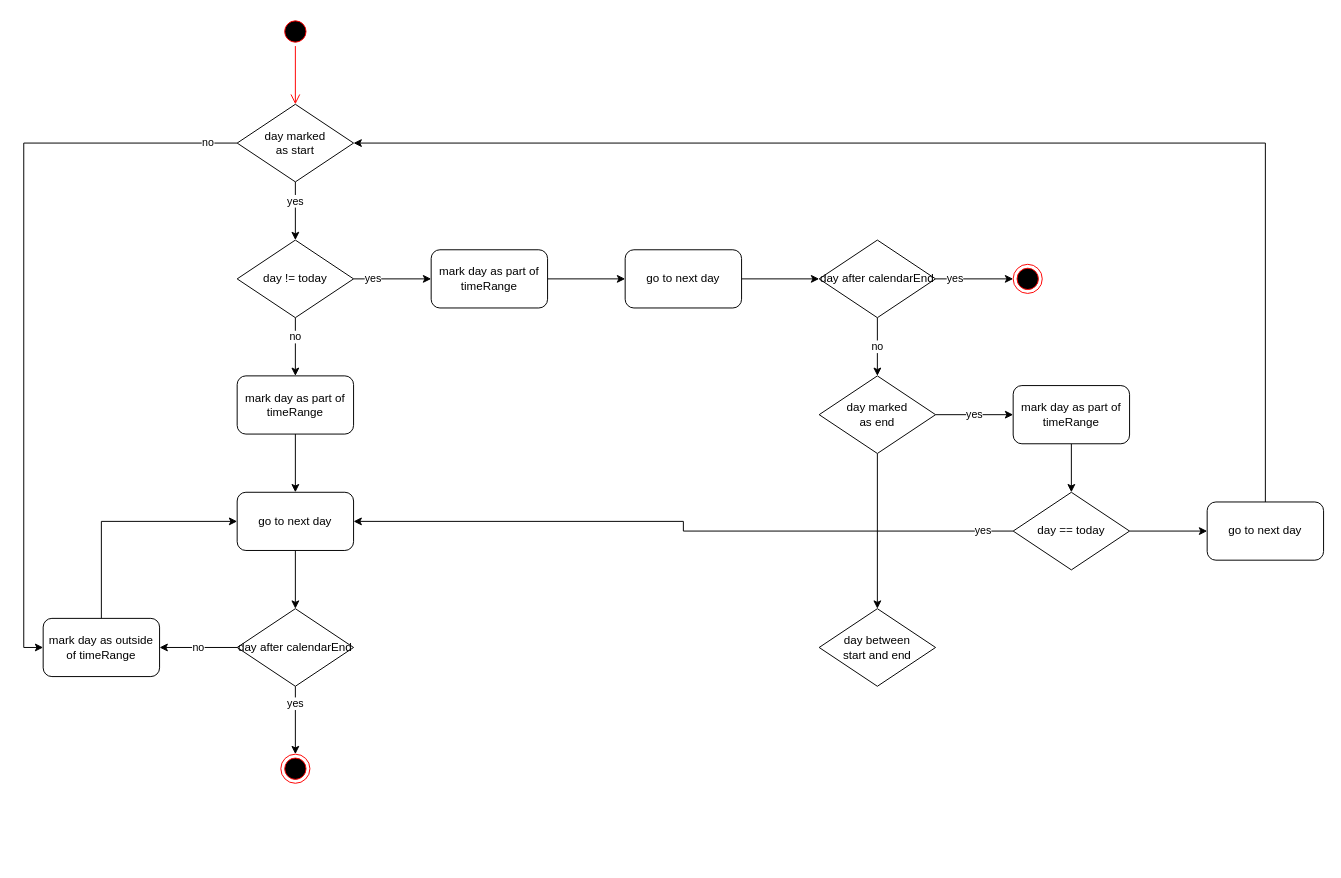
Above: page "DateListProvider_saveTimeRangeStatus" (9 of 9) of doc/diagrams/diagrams.drawio in RobinRother/Crimson-Harvest (draw.io), before the change. Source tidied: cells renumbered, new cells numbered last; positions are measured from the earlier drawing's top-left corner, leaving out a move shared by most shapes. Both pictures are drawn from the tidied source at 97%, with x=0, y=0 at pixel (43, 16).
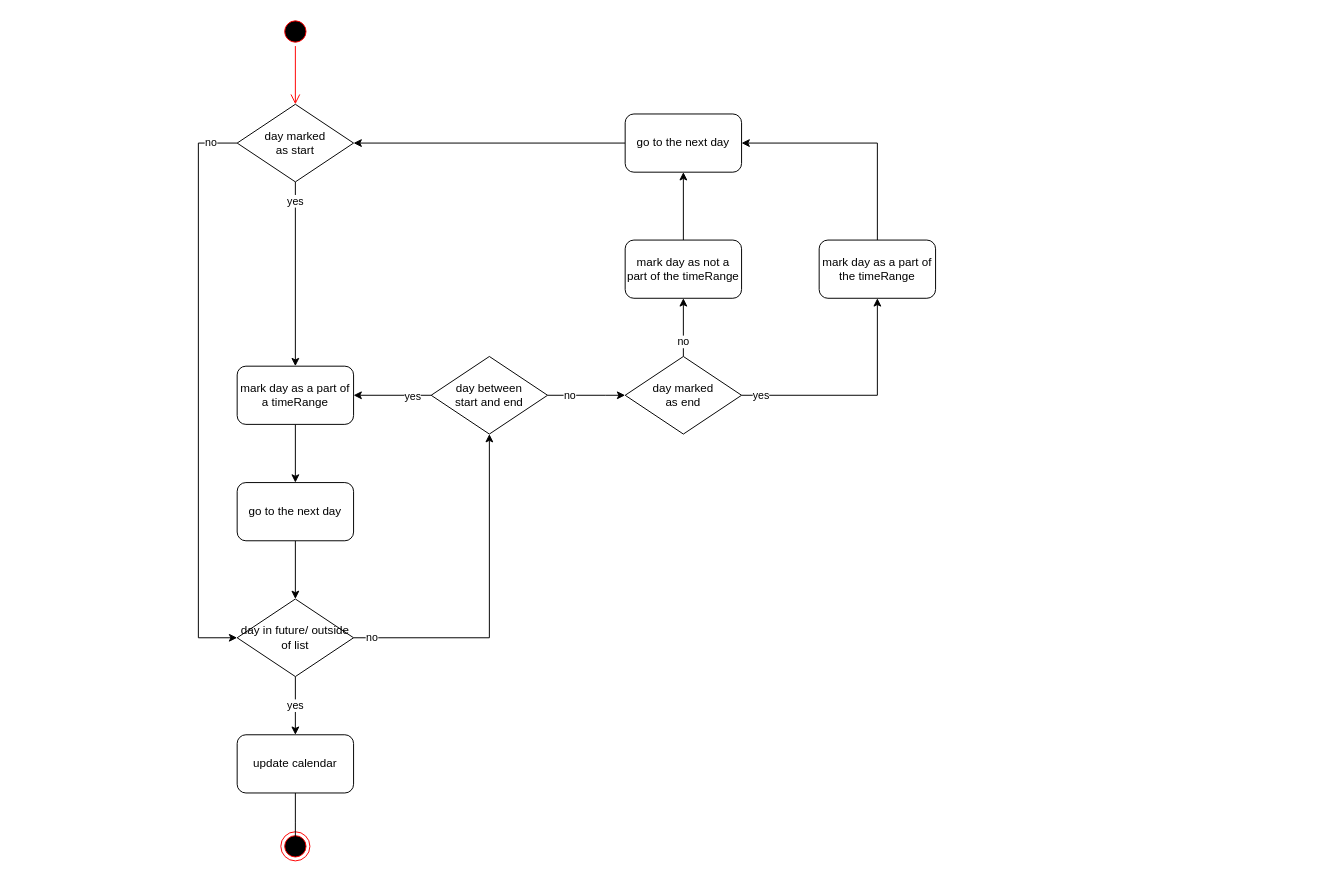
Above is the later version.

The change refers to these unchanged cells:
```xml
<mxCell id="11" value="&lt;div&gt;day marked &lt;br&gt;&lt;/div&gt;&lt;div&gt;as start&lt;br&gt;&lt;/div&gt;" style="rhombus;whiteSpace=wrap;html=1;strokeWidth=1;fillColor=default;" parent="1" vertex="1">
  <mxGeometry x="200" y="90" width="120" height="80" as="geometry" />
</mxCell>
```

Change to the diagram source:
```diff
@@
-    <mxCell id="2" value="yes" style="edgeStyle=orthogonalEdgeStyle;rounded=0;jettySize=auto;html=1;exitX=1;exitY=0.5;exitDx=0;exitDy=0;entryX=0;entryY=0.5;entryDx=0;entryDy=0;startSize=6;endSize=6;" parent="1" edge="1" source="4" target="32">
-      <mxGeometry relative="1" as="geometry" />
-    </mxCell>
-    <mxCell id="3" style="edgeStyle=orthogonalEdgeStyle;rounded=0;jettySize=auto;html=1;exitX=0.5;exitY=1;exitDx=0;exitDy=0;entryX=0.5;entryY=0;entryDx=0;entryDy=0;startSize=6;endSize=6;" parent="1" edge="1" source="4" target="38">
-      <mxGeometry relative="1" as="geometry" />
-    </mxCell>
-    <mxCell id="4" value="&lt;div&gt;day marked &lt;br&gt;&lt;/div&gt;&lt;div&gt;as end&lt;br&gt;&lt;/div&gt;" style="rhombus;whiteSpace=wrap;html=1;strokeWidth=1;fillColor=default;" parent="1" vertex="1">
-      <mxGeometry x="800" y="370" width="120" height="80" as="geometry" />
-    </mxCell>
@@
-    <mxCell id="7" style="edgeStyle=orthogonalEdgeStyle;rounded=0;jettySize=auto;html=1;exitX=1;exitY=0.5;exitDx=0;exitDy=0;entryX=0;entryY=0.5;entryDx=0;entryDy=0;startSize=6;endSize=6;" parent="1" edge="1" source="8" target="16">
-      <mxGeometry relative="1" as="geometry" />
-    </mxCell>
-    <mxCell id="8" value="mark day as part of timeRange" style="rounded=1;whiteSpace=wrap;html=1;strokeWidth=1;fillColor=default;" parent="1" vertex="1">
-      <mxGeometry x="400" y="240" width="120" height="60" as="geometry" />
-    </mxCell>
-    <mxCell id="9" value="yes" style="edgeStyle=orthogonalEdgeStyle;rounded=0;jettySize=auto;html=1;exitX=0.5;exitY=1;exitDx=0;exitDy=0;entryX=0.5;entryY=0;entryDx=0;entryDy=0;startSize=6;endSize=6;" parent="1" edge="1" source="11" target="14">
-      <mxGeometry x="-0.33" relative="1" as="geometry">
-        <Array as="points">
-          <mxPoint x="260" y="190" />
-          <mxPoint x="260" y="190" />
-        </Array>
-      </mxGeometry>
+    <mxCell id="9" value="yes" style="edgeStyle=orthogonalEdgeStyle;rounded=0;jettySize=auto;html=1;exitX=0.5;exitY=1;exitDx=0;exitDy=0;entryX=0.5;entryY=0;entryDx=0;entryDy=0;startSize=6;endSize=6;" parent="1" edge="1" source="11" target="41">
+      <mxGeometry x="-0.79" relative="1" as="geometry" />
     </mxCell>
-    <mxCell id="10" value="no" style="edgeStyle=orthogonalEdgeStyle;rounded=0;jettySize=auto;html=1;exitX=0;exitY=0.5;exitDx=0;exitDy=0;startSize=6;endSize=6;entryX=0;entryY=0.5;entryDx=0;entryDy=0;" parent="1" edge="1" source="11" target="30">
-      <mxGeometry x="-0.92" relative="1" as="geometry" />
-    </mxCell>
+    <mxCell id="39" value="no" style="edgeStyle=orthogonalEdgeStyle;rounded=0;jettySize=auto;html=1;exitX=0;exitY=0.5;exitDx=0;exitDy=0;entryX=0;entryY=0.5;entryDx=0;entryDy=0;startSize=6;endSize=6;" parent="1" edge="1" source="11" target="45">
+      <mxGeometry x="-0.91" relative="1" as="geometry">
+        <Array as="points">
+          <mxPoint x="160" y="130" />
+          <mxPoint x="160" y="640" />
+        </Array>
+      </mxGeometry>
+    </mxCell>
@@
-    <mxCell id="12" value="yes" style="edgeStyle=orthogonalEdgeStyle;rounded=0;jettySize=auto;html=1;exitX=1;exitY=0.5;exitDx=0;exitDy=0;entryX=0;entryY=0.5;entryDx=0;entryDy=0;startSize=6;endSize=6;" parent="1" edge="1" source="14" target="8">
-      <mxGeometry x="-0.5" relative="1" as="geometry" />
-    </mxCell>
-    <mxCell id="13" value="no" style="edgeStyle=orthogonalEdgeStyle;rounded=0;jettySize=auto;html=1;exitX=0.5;exitY=1;exitDx=0;exitDy=0;entryX=0.5;entryY=0;entryDx=0;entryDy=0;startSize=6;endSize=6;" parent="1" edge="1" source="14" target="22">
-      <mxGeometry x="-0.33" relative="1" as="geometry">
-        <Array as="points">
-          <mxPoint x="260" y="330" />
-          <mxPoint x="260" y="330" />
-        </Array>
-      </mxGeometry>
-    </mxCell>
-    <mxCell id="14" value="day != today" style="rhombus;whiteSpace=wrap;html=1;strokeWidth=1;fillColor=default;" parent="1" vertex="1">
-      <mxGeometry x="200" y="230" width="120" height="80" as="geometry" />
-    </mxCell>
-    <mxCell id="15" style="edgeStyle=orthogonalEdgeStyle;rounded=0;jettySize=auto;html=1;exitX=1;exitY=0.5;exitDx=0;exitDy=0;entryX=0;entryY=0.5;entryDx=0;entryDy=0;startSize=6;endSize=6;" parent="1" edge="1" source="16" target="19">
-      <mxGeometry relative="1" as="geometry" />
-    </mxCell>
-    <mxCell id="16" value="go to next day" style="rounded=1;whiteSpace=wrap;html=1;strokeWidth=1;fillColor=default;" parent="1" vertex="1">
-      <mxGeometry x="600" y="240" width="120" height="60" as="geometry" />
-    </mxCell>
-    <mxCell id="17" value="yes" style="edgeStyle=orthogonalEdgeStyle;rounded=0;jettySize=auto;html=1;exitX=1;exitY=0.5;exitDx=0;exitDy=0;entryX=0;entryY=0.5;entryDx=0;entryDy=0;startSize=6;endSize=6;" parent="1" edge="1" source="19" target="20">
-      <mxGeometry x="-0.5" relative="1" as="geometry" />
-    </mxCell>
-    <mxCell id="18" value="no" style="edgeStyle=orthogonalEdgeStyle;rounded=0;jettySize=auto;html=1;exitX=0.5;exitY=1;exitDx=0;exitDy=0;entryX=0.5;entryY=0;entryDx=0;entryDy=0;startSize=6;endSize=6;" parent="1" edge="1" source="19" target="4">
-      <mxGeometry relative="1" as="geometry" />
-    </mxCell>
-    <mxCell id="19" value="day after calendarEnd" style="rhombus;whiteSpace=wrap;html=1;strokeWidth=1;fillColor=default;" parent="1" vertex="1">
-      <mxGeometry x="800" y="230" width="120" height="80" as="geometry" />
-    </mxCell>
-    <mxCell id="20" style="ellipse;html=1;shape=endState;fillColor=#000000;strokeColor=#ff0000;" parent="1" vertex="1">
-      <mxGeometry x="1000" y="255" width="30" height="30" as="geometry" />
-    </mxCell>
-    <mxCell id="21" style="edgeStyle=orthogonalEdgeStyle;rounded=0;jettySize=auto;html=1;exitX=0.5;exitY=1;exitDx=0;exitDy=0;entryX=0.5;entryY=0;entryDx=0;entryDy=0;startSize=6;endSize=6;" parent="1" edge="1" source="22" target="24">
-      <mxGeometry relative="1" as="geometry" />
-    </mxCell>
-    <mxCell id="22" value="mark day as part of timeRange" style="rounded=1;whiteSpace=wrap;html=1;strokeWidth=1;fillColor=default;" parent="1" vertex="1">
-      <mxGeometry x="200" y="370" width="120" height="60" as="geometry" />
-    </mxCell>
-    <mxCell id="23" style="edgeStyle=orthogonalEdgeStyle;rounded=0;jettySize=auto;html=1;exitX=0.5;exitY=1;exitDx=0;exitDy=0;entryX=0.5;entryY=0;entryDx=0;entryDy=0;startSize=6;endSize=6;" parent="1" edge="1" source="24" target="27">
-      <mxGeometry relative="1" as="geometry" />
-    </mxCell>
-    <mxCell id="24" value="go to next day" style="rounded=1;whiteSpace=wrap;html=1;strokeWidth=1;fillColor=default;" parent="1" vertex="1">
-      <mxGeometry x="200" y="490" width="120" height="60" as="geometry" />
-    </mxCell>
+    <mxCell id="40" style="edgeStyle=orthogonalEdgeStyle;rounded=0;jettySize=auto;html=1;exitX=0.5;exitY=1;exitDx=0;exitDy=0;entryX=0.5;entryY=0;entryDx=0;entryDy=0;startSize=6;endSize=6;" parent="1" edge="1" source="41" target="43">
+      <mxGeometry relative="1" as="geometry" />
+    </mxCell>
+    <mxCell id="41" value="mark day as a part of a timeRange" style="rounded=1;whiteSpace=wrap;html=1;strokeWidth=1;fillColor=default;" parent="1" vertex="1">
+      <mxGeometry x="200" y="360" width="120" height="60" as="geometry" />
+    </mxCell>
+    <mxCell id="42" style="edgeStyle=orthogonalEdgeStyle;rounded=0;jettySize=auto;html=1;exitX=0.5;exitY=1;exitDx=0;exitDy=0;entryX=0.5;entryY=0;entryDx=0;entryDy=0;startSize=6;endSize=6;" parent="1" edge="1" source="43" target="45">
+      <mxGeometry relative="1" as="geometry" />
+    </mxCell>
+    <mxCell id="43" value="go to the next day" style="rounded=1;whiteSpace=wrap;html=1;strokeWidth=1;fillColor=default;" parent="1" vertex="1">
+      <mxGeometry x="200" y="480" width="120" height="60" as="geometry" />
+    </mxCell>
-    <mxCell id="25" value="yes" style="edgeStyle=orthogonalEdgeStyle;rounded=0;jettySize=auto;html=1;exitX=0.5;exitY=1;exitDx=0;exitDy=0;entryX=0.5;entryY=0;entryDx=0;entryDy=0;startSize=6;endSize=6;" parent="1" edge="1" source="27" target="28">
-      <mxGeometry x="-0.5" relative="1" as="geometry" />
+    <mxCell id="25" value="yes" style="edgeStyle=orthogonalEdgeStyle;rounded=0;jettySize=auto;html=1;exitX=0.5;exitY=1;exitDx=0;exitDy=0;entryX=0.5;entryY=0;entryDx=0;entryDy=0;startSize=6;endSize=6;" parent="1" edge="1" source="45" target="48">
+      <mxGeometry relative="1" as="geometry" />
     </mxCell>
-    <mxCell id="26" value="no" style="edgeStyle=orthogonalEdgeStyle;rounded=0;jettySize=auto;html=1;exitX=0;exitY=0.5;exitDx=0;exitDy=0;entryX=1;entryY=0.5;entryDx=0;entryDy=0;startSize=6;endSize=6;" parent="1" edge="1" source="27" target="30">
-      <mxGeometry relative="1" as="geometry" />
-    </mxCell>
-    <mxCell id="27" value="day after calendarEnd" style="rhombus;whiteSpace=wrap;html=1;strokeWidth=1;fillColor=default;" parent="1" vertex="1">
-      <mxGeometry x="200" y="610" width="120" height="80" as="geometry" />
-    </mxCell>
-    <mxCell id="28" style="ellipse;html=1;shape=endState;fillColor=#000000;strokeColor=#ff0000;" parent="1" vertex="1">
-      <mxGeometry x="245" y="760" width="30" height="30" as="geometry" />
-    </mxCell>
-    <mxCell id="29" style="edgeStyle=orthogonalEdgeStyle;rounded=0;jettySize=auto;html=1;exitX=0.5;exitY=0;exitDx=0;exitDy=0;entryX=0;entryY=0.5;entryDx=0;entryDy=0;startSize=6;endSize=6;" parent="1" edge="1" source="30" target="24">
-      <mxGeometry relative="1" as="geometry" />
-    </mxCell>
-    <mxCell id="30" value="mark day as outside of timeRange" style="rounded=1;whiteSpace=wrap;html=1;strokeWidth=1;fillColor=default;" parent="1" vertex="1">
-      <mxGeometry y="620" width="120" height="60" as="geometry" />
-    </mxCell>
-    <mxCell id="31" style="edgeStyle=orthogonalEdgeStyle;rounded=0;jettySize=auto;html=1;exitX=0.5;exitY=1;exitDx=0;exitDy=0;entryX=0.5;entryY=0;entryDx=0;entryDy=0;startSize=6;endSize=6;" parent="1" edge="1" source="32" target="35">
-      <mxGeometry relative="1" as="geometry" />
-    </mxCell>
-    <mxCell id="32" value="mark day as part of timeRange" style="rounded=1;whiteSpace=wrap;html=1;strokeWidth=1;fillColor=default;" parent="1" vertex="1">
-      <mxGeometry x="1000" y="380" width="120" height="60" as="geometry" />
-    </mxCell>
-    <mxCell id="33" value="yes" style="edgeStyle=orthogonalEdgeStyle;rounded=0;jettySize=auto;html=1;exitX=0;exitY=0.5;exitDx=0;exitDy=0;entryX=1;entryY=0.5;entryDx=0;entryDy=0;startSize=6;endSize=6;" parent="1" edge="1" source="35" target="24">
-      <mxGeometry x="-0.91" relative="1" as="geometry" />
-    </mxCell>
-    <mxCell id="34" style="edgeStyle=orthogonalEdgeStyle;rounded=0;jettySize=auto;html=1;exitX=1;exitY=0.5;exitDx=0;exitDy=0;entryX=0;entryY=0.5;entryDx=0;entryDy=0;startSize=6;endSize=6;" parent="1" edge="1" source="35" target="37">
-      <mxGeometry relative="1" as="geometry" />
-    </mxCell>
-    <mxCell id="35" value="day == today" style="rhombus;whiteSpace=wrap;html=1;strokeWidth=1;fillColor=default;" parent="1" vertex="1">
-      <mxGeometry x="1000" y="490" width="120" height="80" as="geometry" />
-    </mxCell>
-    <mxCell id="36" style="edgeStyle=orthogonalEdgeStyle;rounded=0;jettySize=auto;html=1;exitX=0.5;exitY=0;exitDx=0;exitDy=0;entryX=1;entryY=0.5;entryDx=0;entryDy=0;startSize=6;endSize=6;" parent="1" edge="1" source="37" target="11">
-      <mxGeometry relative="1" as="geometry" />
-    </mxCell>
-    <mxCell id="37" value="go to next day" style="rounded=1;whiteSpace=wrap;html=1;strokeWidth=1;fillColor=default;" parent="1" vertex="1">
-      <mxGeometry x="1200" y="500" width="120" height="60" as="geometry" />
-    </mxCell>
+    <mxCell id="44" value="no" style="edgeStyle=orthogonalEdgeStyle;rounded=0;jettySize=auto;html=1;exitX=1;exitY=0.5;exitDx=0;exitDy=0;entryX=0.5;entryY=1;entryDx=0;entryDy=0;startSize=6;endSize=6;" parent="1" edge="1" source="45" target="38">
+      <mxGeometry x="-0.89" relative="1" as="geometry" />
+    </mxCell>
+    <mxCell id="45" value="day in future/ outside of list" style="rhombus;whiteSpace=wrap;html=1;strokeWidth=1;fillColor=default;" parent="1" vertex="1">
+      <mxGeometry x="200" y="600" width="120" height="80" as="geometry" />
+    </mxCell>
+    <mxCell id="46" style="ellipse;html=1;shape=endState;fillColor=#000000;strokeColor=#ff0000;" parent="1" vertex="1">
+      <mxGeometry x="245" y="840" width="30" height="30" as="geometry" />
+    </mxCell>
+    <mxCell id="47" style="edgeStyle=orthogonalEdgeStyle;rounded=0;jettySize=auto;html=1;exitX=0.5;exitY=1;exitDx=0;exitDy=0;entryX=0.5;entryY=0;entryDx=0;entryDy=0;startSize=6;endSize=6;" parent="1" edge="1" source="48">
+      <mxGeometry relative="1" as="geometry">
+        <mxPoint x="260" y="860" as="targetPoint" />
+      </mxGeometry>
+    </mxCell>
+    <mxCell id="48" value="update calendar" style="rounded=1;whiteSpace=wrap;html=1;strokeWidth=1;fillColor=default;" parent="1" vertex="1">
+      <mxGeometry x="200" y="740" width="120" height="60" as="geometry" />
+    </mxCell>
+    <mxCell id="49" style="edgeStyle=orthogonalEdgeStyle;rounded=0;jettySize=auto;html=1;exitX=0;exitY=0.5;exitDx=0;exitDy=0;entryX=1;entryY=0.5;entryDx=0;entryDy=0;startSize=6;endSize=6;" parent="1" edge="1" source="38" target="41">
+      <mxGeometry relative="1" as="geometry" />
+    </mxCell>
+    <mxCell id="50" value="yes" style="edgeLabel;html=1;align=center;verticalAlign=middle;" parent="49" vertex="1">
+      <mxGeometry x="-0.88" y="3" relative="1" as="geometry">
+        <mxPoint x="-15" y="-3" as="offset" />
+      </mxGeometry>
+    </mxCell>
+    <mxCell id="51" value="no" style="edgeStyle=orthogonalEdgeStyle;rounded=0;jettySize=auto;html=1;exitX=1;exitY=0.5;exitDx=0;exitDy=0;entryX=0;entryY=0.5;entryDx=0;entryDy=0;startSize=6;endSize=6;" parent="1" edge="1" source="38" target="4">
+      <mxGeometry x="-0.43" relative="1" as="geometry">
+        <Array as="points">
+          <mxPoint x="580" y="390" />
+          <mxPoint x="580" y="390" />
+        </Array>
+      </mxGeometry>
+    </mxCell>
-    <mxCell id="38" value="&lt;div&gt;day between &lt;br&gt;&lt;/div&gt;&lt;div&gt;start and end&lt;br&gt;&lt;/div&gt;" style="rhombus;whiteSpace=wrap;html=1;strokeWidth=1;fillColor=default;" parent="1" vertex="1">
-      <mxGeometry x="800" y="610" width="120" height="80" as="geometry" />
+    <mxCell id="38" value="&lt;div&gt;day between &lt;br&gt;&lt;/div&gt;&lt;div&gt;start and end&lt;/div&gt;" style="rhombus;whiteSpace=wrap;html=1;strokeWidth=1;fillColor=default;" parent="1" vertex="1">
+      <mxGeometry x="400" y="350" width="120" height="80" as="geometry" />
     </mxCell>
+    <mxCell id="52" style="edgeStyle=orthogonalEdgeStyle;rounded=0;jettySize=auto;html=1;exitX=0.5;exitY=0;exitDx=0;exitDy=0;entryX=1;entryY=0.5;entryDx=0;entryDy=0;startSize=6;endSize=6;" parent="1" edge="1" source="53" target="59">
+      <mxGeometry relative="1" as="geometry" />
+    </mxCell>
+    <mxCell id="53" value="mark day as a part of the timeRange" style="rounded=1;whiteSpace=wrap;html=1;strokeWidth=1;fillColor=default;" parent="1" vertex="1">
+      <mxGeometry x="800" y="230" width="120" height="60" as="geometry" />
+    </mxCell>
+    <mxCell id="54" value="yes" style="edgeStyle=orthogonalEdgeStyle;rounded=0;jettySize=auto;html=1;exitX=1;exitY=0.5;exitDx=0;exitDy=0;entryX=0.5;entryY=1;entryDx=0;entryDy=0;startSize=6;endSize=6;" parent="1" edge="1" source="4" target="53">
+      <mxGeometry x="-0.83" relative="1" as="geometry" />
+    </mxCell>
+    <mxCell id="55" value="no" style="edgeStyle=orthogonalEdgeStyle;rounded=0;jettySize=auto;html=1;exitX=0.5;exitY=0;exitDx=0;exitDy=0;entryX=0.5;entryY=1;entryDx=0;entryDy=0;startSize=6;endSize=6;" parent="1" edge="1" source="4" target="57">
+      <mxGeometry x="-0.5" relative="1" as="geometry" />
+    </mxCell>
+    <mxCell id="4" value="&lt;div&gt;day marked &lt;br&gt;&lt;/div&gt;&lt;div&gt;as end&lt;/div&gt;" style="rhombus;whiteSpace=wrap;html=1;strokeWidth=1;fillColor=default;" parent="1" vertex="1">
+      <mxGeometry x="600" y="350" width="120" height="80" as="geometry" />
+    </mxCell>
+    <mxCell id="56" style="edgeStyle=orthogonalEdgeStyle;rounded=0;jettySize=auto;html=1;exitX=0.5;exitY=0;exitDx=0;exitDy=0;entryX=0.5;entryY=1;entryDx=0;entryDy=0;startSize=6;endSize=6;" parent="1" edge="1" source="57" target="59">
+      <mxGeometry relative="1" as="geometry" />
+    </mxCell>
+    <mxCell id="57" value="mark day as not a part of the timeRange" style="rounded=1;whiteSpace=wrap;html=1;strokeWidth=1;fillColor=default;" parent="1" vertex="1">
+      <mxGeometry x="600" y="230" width="120" height="60" as="geometry" />
+    </mxCell>
+    <mxCell id="58" style="edgeStyle=orthogonalEdgeStyle;rounded=0;jettySize=auto;html=1;exitX=0;exitY=0.5;exitDx=0;exitDy=0;entryX=1;entryY=0.5;entryDx=0;entryDy=0;startSize=6;endSize=6;" parent="1" edge="1" source="59" target="11">
+      <mxGeometry relative="1" as="geometry" />
+    </mxCell>
+    <mxCell id="59" value="go to the next day" style="rounded=1;whiteSpace=wrap;html=1;strokeWidth=1;fillColor=default;" parent="1" vertex="1">
+      <mxGeometry x="600" y="100" width="120" height="60" as="geometry" />
+    </mxCell>
```
